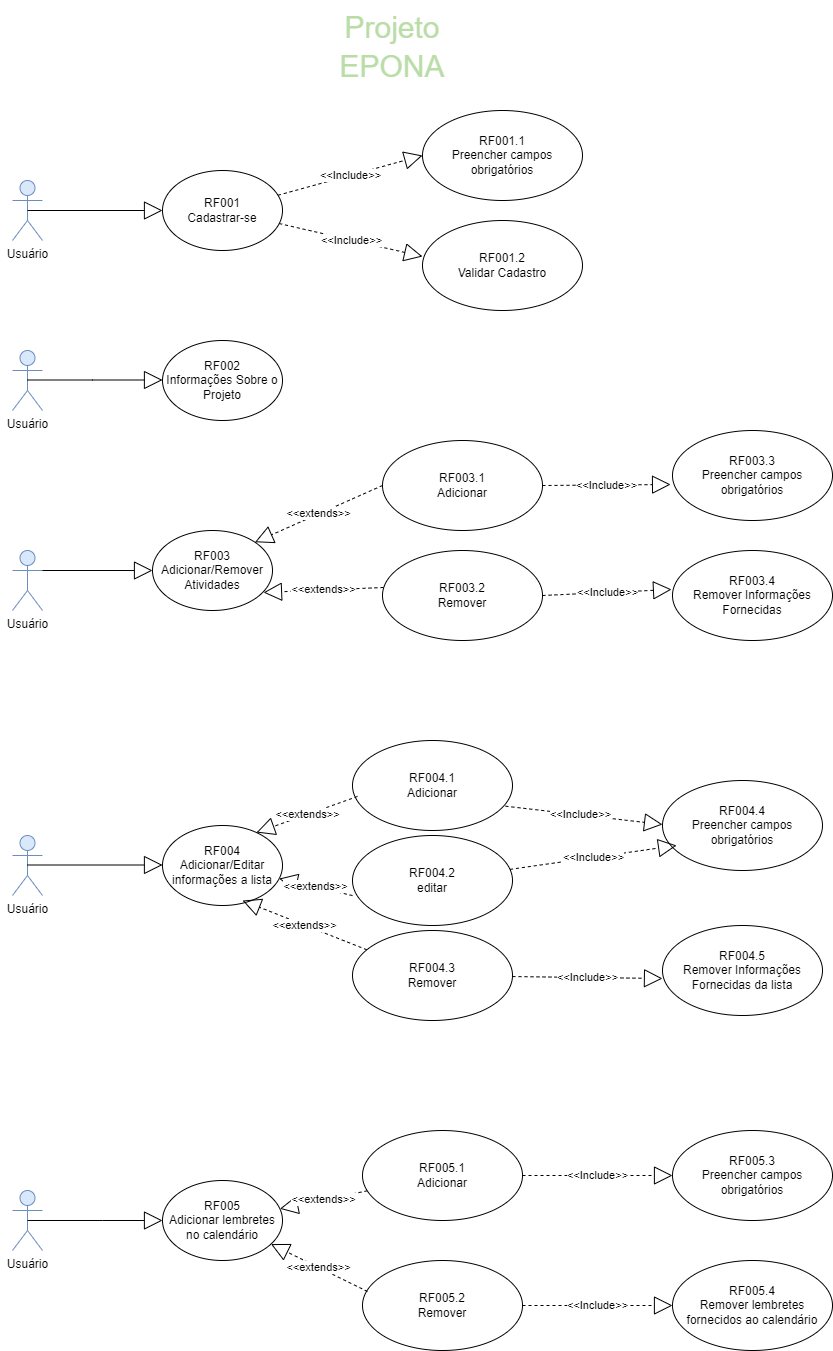
This is docs/eap.drawio.png from fefemattoso/EPONA, a draw.io export, as it was before one commit. Source tidied: cells renumbered, new cells last; positions are measured from the earlier drawing's top-left corner, leaving out a move shared by most shapes.
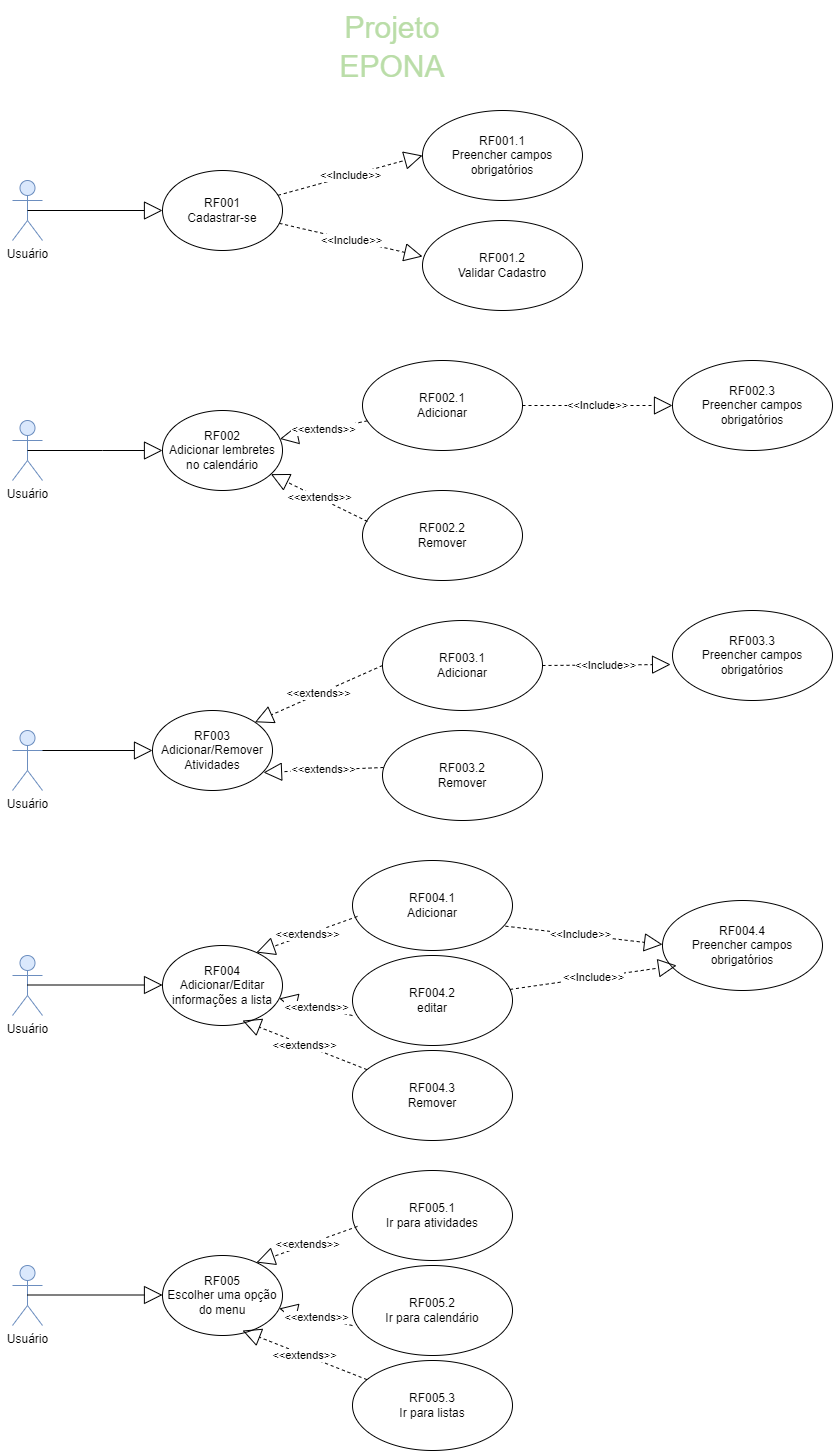
After the commit.

Change to the diagram source:
```diff
@@ -28,86 +28,59 @@
     <mxCell id="9" style="endArrow=block;endSize=16;endFill=0;html=1;rounded=0;exitX=0.5;exitY=0.5;exitDx=0;exitDy=0;exitPerimeter=0;entryX=0;entryY=0.5;entryDx=0;entryDy=0;" parent="1" edge="1" source="2" target="4">
       <mxGeometry relative="1" as="geometry" />
     </mxCell>
-    <mxCell id="10" value="Usuário" style="shape=umlActor;verticalLabelPosition=bottom;verticalAlign=top;html=1;fillColor=#dae8fc;strokeColor=#6c8ebf;" parent="1" vertex="1">
-      <mxGeometry y="340" width="30" height="60" as="geometry" />
-    </mxCell>
-    <mxCell id="11" style="endArrow=block;endSize=16;endFill=0;html=1;rounded=0;exitX=0.5;exitY=0.5;exitDx=0;exitDy=0;exitPerimeter=0;entryX=0;entryY=0.5;entryDx=0;entryDy=0;" parent="1" edge="1">
-      <mxGeometry relative="1" as="geometry">
-        <mxPoint x="15" y="369.5" as="sourcePoint" />
-        <mxPoint x="150" y="369.5" as="targetPoint" />
-        <Array as="points">
-          <mxPoint x="80" y="369.5" />
-        </Array>
-      </mxGeometry>
-    </mxCell>
-    <mxCell id="12" value="RF002&lt;div&gt;Informações Sobre o&lt;/div&gt;&lt;div&gt;Projeto&lt;/div&gt;" style="ellipse;whiteSpace=wrap;html=1;" parent="1" vertex="1">
-      <mxGeometry x="150" y="330" width="120" height="80" as="geometry" />
-    </mxCell>
     <mxCell id="13" value="Usuário" style="shape=umlActor;verticalLabelPosition=bottom;verticalAlign=top;html=1;fillColor=#dae8fc;strokeColor=#6c8ebf;" parent="1" vertex="1">
-      <mxGeometry y="825" width="30" height="60" as="geometry" />
+      <mxGeometry y="945" width="30" height="60" as="geometry" />
     </mxCell>
     <mxCell id="14" style="endArrow=block;endSize=16;endFill=0;html=1;rounded=0;exitX=0.5;exitY=0.5;exitDx=0;exitDy=0;exitPerimeter=0;entryX=0;entryY=0.5;entryDx=0;entryDy=0;" parent="1" edge="1">
       <mxGeometry relative="1" as="geometry">
-        <mxPoint x="5" y="560" as="sourcePoint" />
-        <mxPoint x="140" y="560" as="targetPoint" />
+        <mxPoint x="5" y="740" as="sourcePoint" />
+        <mxPoint x="140" y="740" as="targetPoint" />
       </mxGeometry>
     </mxCell>
     <mxCell id="15" value="RF003&lt;div&gt;Adicionar/Remover&lt;/div&gt;&lt;div&gt;Atividades&lt;/div&gt;" style="ellipse;whiteSpace=wrap;html=1;" parent="1" vertex="1">
-      <mxGeometry x="140" y="520" width="120" height="80" as="geometry" />
+      <mxGeometry x="140" y="700" width="120" height="80" as="geometry" />
     </mxCell>
     <mxCell id="16" value="&amp;lt;&amp;lt;Include&amp;gt;&amp;gt;" style="endArrow=block;endSize=16;endFill=0;html=1;rounded=0;dashed=1;exitX=1;exitY=0.5;exitDx=0;exitDy=0;entryX=-0.012;entryY=0.6;entryDx=0;entryDy=0;entryPerimeter=0;" parent="1" edge="1" source="29" target="17">
       <mxGeometry relative="1" as="geometry" />
     </mxCell>
     <mxCell id="17" value="RF003.3&lt;div&gt;Preencher campos obrigatórios&lt;/div&gt;" style="ellipse;whiteSpace=wrap;html=1;" parent="1" vertex="1">
-      <mxGeometry x="660" y="420" width="160" height="90" as="geometry" />
+      <mxGeometry x="660" y="600" width="160" height="90" as="geometry" />
     </mxCell>
-    <mxCell id="18" value="RF003.4&lt;div&gt;Remover Informações&lt;/div&gt;&lt;div&gt;Fornecidas&lt;/div&gt;" style="ellipse;whiteSpace=wrap;html=1;" parent="1" vertex="1">
-      <mxGeometry x="660" y="540" width="160" height="90" as="geometry" />
-    </mxCell>
-    <mxCell id="19" value="&amp;lt;&amp;lt;Include&amp;gt;&amp;gt;" style="endArrow=block;endSize=16;endFill=0;html=1;rounded=0;dashed=1;entryX=-0.006;entryY=0.433;entryDx=0;entryDy=0;entryPerimeter=0;exitX=1;exitY=0.5;exitDx=0;exitDy=0;" parent="1" edge="1" source="30" target="18">
-      <mxGeometry relative="1" as="geometry" />
-    </mxCell>
     <mxCell id="20" value="Usuário" style="shape=umlActor;verticalLabelPosition=bottom;verticalAlign=top;html=1;fillColor=#dae8fc;strokeColor=#6c8ebf;" parent="1" vertex="1">
-      <mxGeometry y="540" width="30" height="60" as="geometry" />
+      <mxGeometry y="720" width="30" height="60" as="geometry" />
     </mxCell>
     <mxCell id="21" style="endArrow=block;endSize=16;endFill=0;html=1;rounded=0;exitX=0.5;exitY=0.5;exitDx=0;exitDy=0;exitPerimeter=0;entryX=0;entryY=0.5;entryDx=0;entryDy=0;" parent="1" edge="1">
       <mxGeometry relative="1" as="geometry">
-        <mxPoint x="15" y="854.5" as="sourcePoint" />
-        <mxPoint x="150" y="854.5" as="targetPoint" />
+        <mxPoint x="15" y="974.5" as="sourcePoint" />
+        <mxPoint x="150" y="974.5" as="targetPoint" />
       </mxGeometry>
     </mxCell>
     <mxCell id="22" value="RF004&lt;div&gt;Adicionar/Editar informações a lista&lt;/div&gt;" style="ellipse;whiteSpace=wrap;html=1;" parent="1" vertex="1">
-      <mxGeometry x="150" y="815" width="120" height="80" as="geometry" />
+      <mxGeometry x="150" y="935" width="120" height="80" as="geometry" />
     </mxCell>
     <mxCell id="23" value="&amp;lt;&amp;lt;Include&amp;gt;&amp;gt;" style="endArrow=block;endSize=16;endFill=0;html=1;rounded=0;dashed=1;exitX=0.919;exitY=0.722;exitDx=0;exitDy=0;exitPerimeter=0;" parent="1" edge="1" source="34">
       <mxGeometry relative="1" as="geometry">
-        <mxPoint x="650" y="814" as="targetPoint" />
+        <mxPoint x="650" y="934" as="targetPoint" />
       </mxGeometry>
     </mxCell>
-    <mxCell id="24" value="RF004.5&lt;div&gt;Remover Informações&lt;/div&gt;&lt;div&gt;Fornecidas da lista&lt;/div&gt;" style="ellipse;whiteSpace=wrap;html=1;" parent="1" vertex="1">
-      <mxGeometry x="650" y="915" width="160" height="90" as="geometry" />
-    </mxCell>
     <mxCell id="25" value="Usuário" style="shape=umlActor;verticalLabelPosition=bottom;verticalAlign=top;html=1;outlineConnect=0;fillColor=#dae8fc;strokeColor=#6c8ebf;" parent="1" vertex="1">
-      <mxGeometry y="1180" width="30" height="60" as="geometry" />
+      <mxGeometry y="410" width="30" height="60" as="geometry" />
     </mxCell>
     <mxCell id="26" style="endArrow=block;endSize=16;endFill=0;html=1;rounded=0;exitX=0.5;exitY=0.5;exitDx=0;exitDy=0;exitPerimeter=0;" parent="1" edge="1" source="25" target="27">
       <mxGeometry relative="1" as="geometry">
         <Array as="points">
-          <mxPoint x="90" y="1210" />
+          <mxPoint x="90" y="440" />
         </Array>
       </mxGeometry>
     </mxCell>
-    <mxCell id="27" value="RF005&lt;div&gt;Adicionar lembretes no calendário&lt;/div&gt;" style="ellipse;whiteSpace=wrap;html=1;" parent="1" vertex="1">
-      <mxGeometry x="150" y="1170" width="120" height="80" as="geometry" />
+    <mxCell id="27" value="RF002&lt;div&gt;Adicionar lembretes no calendário&lt;/div&gt;" style="ellipse;whiteSpace=wrap;html=1;" parent="1" vertex="1">
+      <mxGeometry x="150" y="400" width="120" height="80" as="geometry" />
     </mxCell>
-    <mxCell id="28" value="RF005.4&lt;div&gt;Remover lembretes fornecidos ao calendário&lt;/div&gt;" style="ellipse;whiteSpace=wrap;html=1;" parent="1" vertex="1">
-      <mxGeometry x="660" y="1250" width="160" height="90" as="geometry" />
-    </mxCell>
     <mxCell id="29" value="RF003.1&lt;div&gt;Adicionar&lt;/div&gt;" style="ellipse;whiteSpace=wrap;html=1;" parent="1" vertex="1">
-      <mxGeometry x="370" y="430" width="160" height="90" as="geometry" />
+      <mxGeometry x="370" y="610" width="160" height="90" as="geometry" />
     </mxCell>
     <mxCell id="30" value="RF003.2&lt;div&gt;Remover&lt;/div&gt;" style="ellipse;whiteSpace=wrap;html=1;" parent="1" vertex="1">
-      <mxGeometry x="370" y="540" width="160" height="90" as="geometry" />
+      <mxGeometry x="370" y="720" width="160" height="90" as="geometry" />
     </mxCell>
     <mxCell id="31" value="&amp;lt;&amp;lt;extends&amp;gt;&amp;gt;" style="endArrow=block;endSize=16;endFill=0;html=1;rounded=0;dashed=1;exitX=0;exitY=0.5;exitDx=0;exitDy=0;entryX=1;entryY=0;entryDx=0;entryDy=0;" parent="1" edge="1" source="29" target="15">
       <mxGeometry relative="1" as="geometry" />
@@ -116,16 +89,16 @@
       <mxGeometry relative="1" as="geometry" />
     </mxCell>
     <mxCell id="33" value="RF004.4&lt;div&gt;Preencher campos obrigatórios&lt;/div&gt;" style="ellipse;whiteSpace=wrap;html=1;" parent="1" vertex="1">
-      <mxGeometry x="650" y="770" width="160" height="90" as="geometry" />
+      <mxGeometry x="650" y="890" width="160" height="90" as="geometry" />
     </mxCell>
     <mxCell id="34" value="RF004.1&lt;div&gt;Adicionar&lt;/div&gt;" style="ellipse;whiteSpace=wrap;html=1;" parent="1" vertex="1">
-      <mxGeometry x="340" y="730" width="160" height="90" as="geometry" />
+      <mxGeometry x="340" y="850" width="160" height="90" as="geometry" />
     </mxCell>
     <mxCell id="35" value="RF004.2&lt;div&gt;editar&lt;/div&gt;" style="ellipse;whiteSpace=wrap;html=1;" parent="1" vertex="1">
-      <mxGeometry x="340" y="825" width="160" height="90" as="geometry" />
+      <mxGeometry x="340" y="945" width="160" height="90" as="geometry" />
     </mxCell>
     <mxCell id="36" value="RF004.3&lt;div&gt;Remover&lt;/div&gt;" style="ellipse;whiteSpace=wrap;html=1;" parent="1" vertex="1">
-      <mxGeometry x="340" y="920" width="160" height="90" as="geometry" />
+      <mxGeometry x="340" y="1040" width="160" height="90" as="geometry" />
     </mxCell>
     <mxCell id="37" value="&amp;lt;&amp;lt;extends&amp;gt;&amp;gt;" style="endArrow=block;endSize=16;endFill=0;html=1;rounded=0;dashed=1;exitX=0.031;exitY=0.622;exitDx=0;exitDy=0;entryX=0.783;entryY=0.088;entryDx=0;entryDy=0;exitPerimeter=0;entryPerimeter=0;" parent="1" edge="1" source="34" target="22">
       <mxGeometry relative="1" as="geometry" />
@@ -139,17 +112,14 @@
     <mxCell id="40" value="&amp;lt;&amp;lt;Include&amp;gt;&amp;gt;" style="endArrow=block;endSize=16;endFill=0;html=1;rounded=0;dashed=1;entryX=0.088;entryY=0.722;entryDx=0;entryDy=0;entryPerimeter=0;" parent="1" edge="1" source="35" target="33">
       <mxGeometry relative="1" as="geometry" />
     </mxCell>
-    <mxCell id="41" value="&amp;lt;&amp;lt;Include&amp;gt;&amp;gt;" style="endArrow=block;endSize=16;endFill=0;html=1;rounded=0;dashed=1;entryX=0;entryY=0.589;entryDx=0;entryDy=0;entryPerimeter=0;" parent="1" edge="1" source="36" target="24">
-      <mxGeometry relative="1" as="geometry" />
-    </mxCell>
-    <mxCell id="42" value="RF005.2&lt;div&gt;Remover&lt;/div&gt;" style="ellipse;whiteSpace=wrap;html=1;" parent="1" vertex="1">
-      <mxGeometry x="350" y="1250" width="160" height="90" as="geometry" />
+    <mxCell id="42" value="RF002.2&lt;div&gt;Remover&lt;/div&gt;" style="ellipse;whiteSpace=wrap;html=1;" parent="1" vertex="1">
+      <mxGeometry x="350" y="480" width="160" height="90" as="geometry" />
     </mxCell>
-    <mxCell id="43" value="RF005.1&lt;div&gt;Adicionar&lt;/div&gt;" style="ellipse;whiteSpace=wrap;html=1;" parent="1" vertex="1">
-      <mxGeometry x="350" y="1120" width="160" height="90" as="geometry" />
+    <mxCell id="43" value="RF002.1&lt;div&gt;Adicionar&lt;/div&gt;" style="ellipse;whiteSpace=wrap;html=1;" parent="1" vertex="1">
+      <mxGeometry x="350" y="350" width="160" height="90" as="geometry" />
     </mxCell>
-    <mxCell id="44" value="RF005.3&lt;div&gt;Preencher campos obrigatórios&lt;/div&gt;" style="ellipse;whiteSpace=wrap;html=1;" parent="1" vertex="1">
-      <mxGeometry x="660" y="1120" width="160" height="90" as="geometry" />
+    <mxCell id="44" value="RF002.3&lt;div&gt;Preencher campos obrigatórios&lt;/div&gt;" style="ellipse;whiteSpace=wrap;html=1;" parent="1" vertex="1">
+      <mxGeometry x="660" y="350" width="160" height="90" as="geometry" />
     </mxCell>
     <mxCell id="45" value="&amp;lt;&amp;lt;extends&amp;gt;&amp;gt;" style="endArrow=block;endSize=16;endFill=0;html=1;rounded=0;dashed=1;" parent="1" edge="1" source="43" target="27">
       <mxGeometry relative="1" as="geometry" />
@@ -160,8 +130,35 @@
     <mxCell id="47" value="&amp;lt;&amp;lt;Include&amp;gt;&amp;gt;" style="endArrow=block;endSize=16;endFill=0;html=1;rounded=0;dashed=1;" parent="1" edge="1" source="43" target="44">
       <mxGeometry relative="1" as="geometry" />
     </mxCell>
-    <mxCell id="48" value="&amp;lt;&amp;lt;Include&amp;gt;&amp;gt;" style="endArrow=block;endSize=16;endFill=0;html=1;rounded=0;dashed=1;" parent="1" edge="1" source="42" target="28">
-      <mxGeometry relative="1" as="geometry" />
-    </mxCell>
+    <mxCell id="10" value="Usuário" style="shape=umlActor;verticalLabelPosition=bottom;verticalAlign=top;html=1;fillColor=#dae8fc;strokeColor=#6c8ebf;" parent="1" vertex="1">
+      <mxGeometry y="1255" width="30" height="60" as="geometry" />
+    </mxCell>
+    <mxCell id="49" style="endArrow=block;endSize=16;endFill=0;html=1;rounded=0;exitX=0.5;exitY=0.5;exitDx=0;exitDy=0;exitPerimeter=0;entryX=0;entryY=0.5;entryDx=0;entryDy=0;" parent="1" edge="1">
+      <mxGeometry relative="1" as="geometry">
+        <mxPoint x="15" y="1284.5" as="sourcePoint" />
+        <mxPoint x="150" y="1284.5" as="targetPoint" />
+      </mxGeometry>
+    </mxCell>
+    <mxCell id="50" value="RF005&lt;div&gt;Escolher uma opção do menu&lt;/div&gt;" style="ellipse;whiteSpace=wrap;html=1;" parent="1" vertex="1">
+      <mxGeometry x="150" y="1245" width="120" height="80" as="geometry" />
+    </mxCell>
+    <mxCell id="51" value="RF005.1&lt;div&gt;Ir para atividades&lt;/div&gt;" style="ellipse;whiteSpace=wrap;html=1;" parent="1" vertex="1">
+      <mxGeometry x="340" y="1160" width="160" height="90" as="geometry" />
+    </mxCell>
+    <mxCell id="52" value="RF005.2&lt;div&gt;Ir para calendário&lt;/div&gt;" style="ellipse;whiteSpace=wrap;html=1;" parent="1" vertex="1">
+      <mxGeometry x="340" y="1255" width="160" height="90" as="geometry" />
+    </mxCell>
+    <mxCell id="53" value="RF005.3&lt;div&gt;Ir para listas&lt;/div&gt;" style="ellipse;whiteSpace=wrap;html=1;" parent="1" vertex="1">
+      <mxGeometry x="340" y="1350" width="160" height="90" as="geometry" />
+    </mxCell>
+    <mxCell id="54" value="&amp;lt;&amp;lt;extends&amp;gt;&amp;gt;" style="endArrow=block;endSize=16;endFill=0;html=1;rounded=0;dashed=1;exitX=0.031;exitY=0.622;exitDx=0;exitDy=0;entryX=0.783;entryY=0.088;entryDx=0;entryDy=0;exitPerimeter=0;entryPerimeter=0;" parent="1" edge="1" source="51" target="50">
+      <mxGeometry relative="1" as="geometry" />
+    </mxCell>
+    <mxCell id="55" value="&amp;lt;&amp;lt;extends&amp;gt;&amp;gt;" style="endArrow=block;endSize=16;endFill=0;html=1;rounded=0;dashed=1;exitX=0;exitY=0.667;exitDx=0;exitDy=0;exitPerimeter=0;" parent="1" edge="1" source="52" target="50">
+      <mxGeometry relative="1" as="geometry" />
+    </mxCell>
+    <mxCell id="56" value="&amp;lt;&amp;lt;extends&amp;gt;&amp;gt;" style="endArrow=block;endSize=16;endFill=0;html=1;rounded=0;dashed=1;entryX=0.667;entryY=0.938;entryDx=0;entryDy=0;entryPerimeter=0;" parent="1" edge="1" source="53" target="50">
+      <mxGeometry relative="1" as="geometry" />
+    </mxCell>
   </root>
 </mxGraphModel>
```
